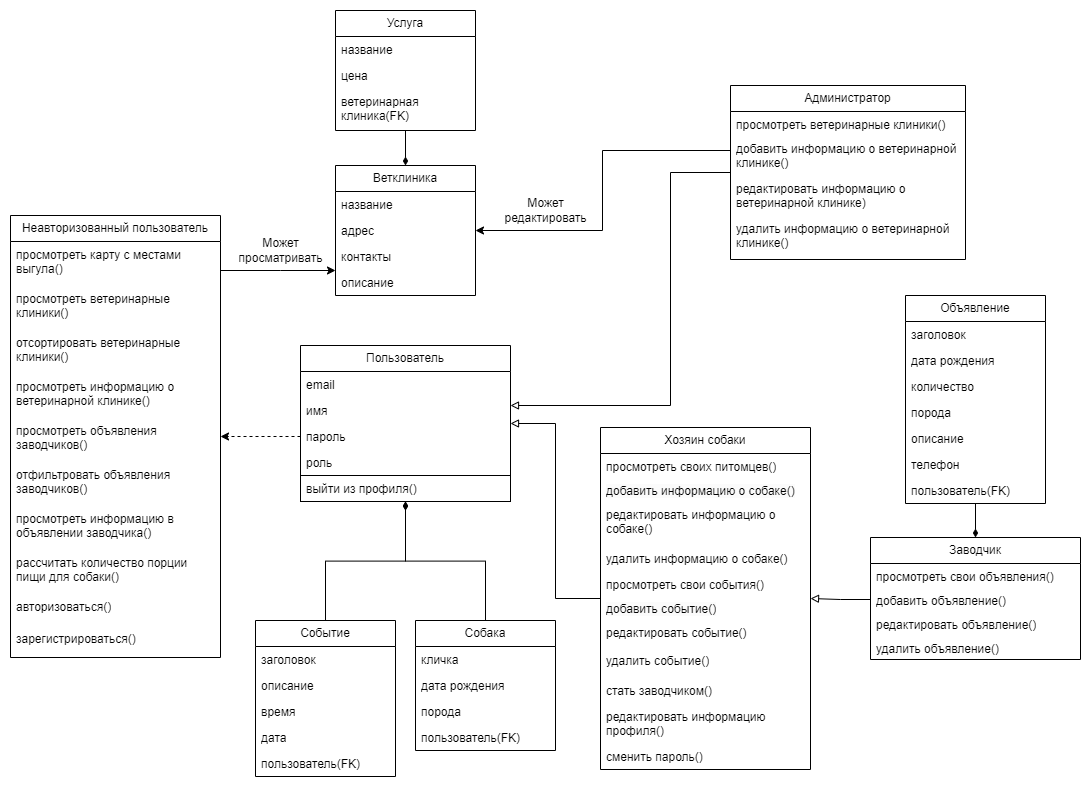
This is Documentation/Diagrams/Диаграмма классов (Class diagram)/Диаграмма классов (Class diagram).drawio.png from polyafedosova/TP-5.2-5, a draw.io export, as it was before one commit. Source tidied: cells renumbered, new cells last; positions are measured from the earlier drawing's top-left corner, leaving out a move shared by most shapes.
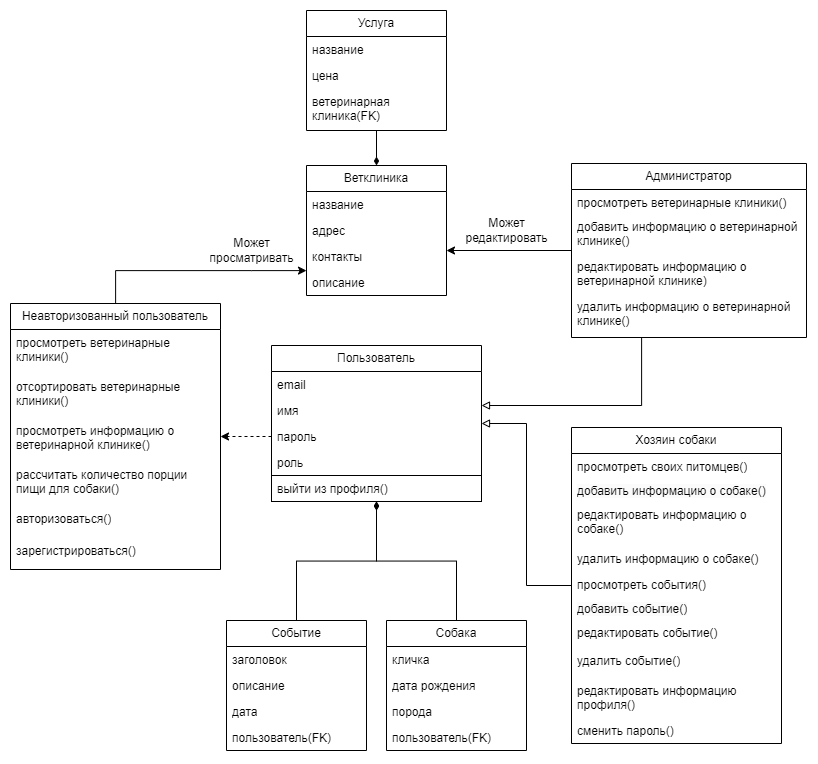
Above is the later version.

What changed in the source:
```diff
@@ -32,38 +32,11 @@
     <mxCell id="11" value="ветеринарная клиника(FK)" style="text;strokeColor=none;fillColor=none;align=left;verticalAlign=top;spacingLeft=4;spacingRight=4;overflow=hidden;whiteSpace=wrap;html=1;" parent="8" vertex="1">
       <mxGeometry y="78" width="140" height="42" as="geometry" />
     </mxCell>
-    <mxCell id="12" style="edgeStyle=orthogonalEdgeStyle;rounded=0;jettySize=auto;html=1;endArrow=diamondThin;endFill=1;" parent="1" edge="1" source="13" target="34">
-      <mxGeometry relative="1" as="geometry" />
-    </mxCell>
-    <mxCell id="13" value="Объявление" style="swimlane;fontStyle=0;horizontal=1;startSize=26;fillColor=none;whiteSpace=wrap;html=1;" parent="1" vertex="1">
-      <mxGeometry x="895" y="285" width="140" height="208" as="geometry" />
-    </mxCell>
-    <mxCell id="14" value="заголовок" style="text;strokeColor=none;fillColor=none;align=left;verticalAlign=top;spacingLeft=4;spacingRight=4;overflow=hidden;whiteSpace=wrap;html=1;" parent="13" vertex="1">
-      <mxGeometry y="26" width="140" height="26" as="geometry" />
-    </mxCell>
-    <mxCell id="15" value="дата рождения" style="text;strokeColor=none;fillColor=none;align=left;verticalAlign=top;spacingLeft=4;spacingRight=4;overflow=hidden;whiteSpace=wrap;html=1;" parent="13" vertex="1">
-      <mxGeometry y="52" width="140" height="26" as="geometry" />
-    </mxCell>
-    <mxCell id="16" value="количество" style="text;strokeColor=none;fillColor=none;align=left;verticalAlign=top;spacingLeft=4;spacingRight=4;overflow=hidden;whiteSpace=wrap;html=1;" parent="13" vertex="1">
-      <mxGeometry y="78" width="140" height="26" as="geometry" />
-    </mxCell>
-    <mxCell id="17" value="порода" style="text;strokeColor=none;fillColor=none;align=left;verticalAlign=top;spacingLeft=4;spacingRight=4;overflow=hidden;whiteSpace=wrap;html=1;" parent="13" vertex="1">
-      <mxGeometry y="104" width="140" height="26" as="geometry" />
-    </mxCell>
-    <mxCell id="18" value="описание" style="text;strokeColor=none;fillColor=none;align=left;verticalAlign=top;spacingLeft=4;spacingRight=4;overflow=hidden;whiteSpace=wrap;html=1;" parent="13" vertex="1">
-      <mxGeometry y="130" width="140" height="26" as="geometry" />
-    </mxCell>
-    <mxCell id="19" value="телефон" style="text;strokeColor=none;fillColor=none;align=left;verticalAlign=top;spacingLeft=4;spacingRight=4;overflow=hidden;whiteSpace=wrap;html=1;" parent="13" vertex="1">
-      <mxGeometry y="156" width="140" height="26" as="geometry" />
-    </mxCell>
-    <mxCell id="20" value="пользователь(FK)" style="text;strokeColor=none;fillColor=none;align=left;verticalAlign=top;spacingLeft=4;spacingRight=4;overflow=hidden;whiteSpace=wrap;html=1;" parent="13" vertex="1">
-      <mxGeometry y="182" width="140" height="26" as="geometry" />
-    </mxCell>
     <mxCell id="21" style="edgeStyle=orthogonalEdgeStyle;rounded=0;jettySize=auto;html=1;endArrow=diamondThin;endFill=1;" parent="1" edge="1" source="22" target="28">
       <mxGeometry relative="1" as="geometry" />
     </mxCell>
     <mxCell id="22" value="Событие" style="swimlane;fontStyle=0;horizontal=1;startSize=26;fillColor=none;whiteSpace=wrap;html=1;" parent="1" vertex="1">
-      <mxGeometry x="245" y="610" width="140" height="156" as="geometry" />
+      <mxGeometry x="245" y="610" width="140" height="130" as="geometry" />
     </mxCell>
     <mxCell id="23" value="заголовок" style="text;strokeColor=none;fillColor=none;align=left;verticalAlign=top;spacingLeft=4;spacingRight=4;overflow=hidden;whiteSpace=wrap;html=1;" parent="22" vertex="1">
       <mxGeometry y="26" width="140" height="26" as="geometry" />
@@ -71,14 +44,11 @@
     <mxCell id="24" value="описание" style="text;strokeColor=none;fillColor=none;align=left;verticalAlign=top;spacingLeft=4;spacingRight=4;overflow=hidden;whiteSpace=wrap;html=1;" parent="22" vertex="1">
       <mxGeometry y="52" width="140" height="26" as="geometry" />
     </mxCell>
-    <mxCell id="25" value="время" style="text;strokeColor=none;fillColor=none;align=left;verticalAlign=top;spacingLeft=4;spacingRight=4;overflow=hidden;whiteSpace=wrap;html=1;" parent="22" vertex="1">
-      <mxGeometry y="78" width="140" height="26" as="geometry" />
-    </mxCell>
     <mxCell id="26" value="дата" style="text;strokeColor=none;fillColor=none;align=left;verticalAlign=top;spacingLeft=4;spacingRight=4;overflow=hidden;whiteSpace=wrap;html=1;" parent="22" vertex="1">
-      <mxGeometry y="104" width="140" height="26" as="geometry" />
+      <mxGeometry y="78" width="140" height="26" as="geometry" />
     </mxCell>
     <mxCell id="27" value="пользователь(FK)" style="text;strokeColor=none;fillColor=none;align=left;verticalAlign=top;spacingLeft=4;spacingRight=4;overflow=hidden;whiteSpace=wrap;html=1;" parent="22" vertex="1">
-      <mxGeometry y="130" width="140" height="26" as="geometry" />
+      <mxGeometry y="104" width="140" height="26" as="geometry" />
     </mxCell>
     <mxCell id="28" value="Пользователь" style="swimlane;fontStyle=0;horizontal=1;startSize=26;fillColor=none;whiteSpace=wrap;html=1;" parent="1" vertex="1">
       <mxGeometry x="290" y="335" width="210" height="156" as="geometry" />
@@ -98,21 +68,6 @@
     <mxCell id="33" value="выйти из профиля()" style="text;strokeColor=default;fillColor=none;align=left;verticalAlign=top;spacingLeft=4;spacingRight=4;overflow=hidden;whiteSpace=wrap;html=1;perimeterSpacing=0;" parent="28" vertex="1">
       <mxGeometry y="130" width="210" height="26" as="geometry" />
     </mxCell>
-    <mxCell id="34" value="Заводчик" style="swimlane;fontStyle=0;horizontal=1;startSize=26;fillColor=none;whiteSpace=wrap;html=1;" parent="1" vertex="1">
-      <mxGeometry x="860" y="527" width="210" height="122" as="geometry" />
-    </mxCell>
-    <mxCell id="35" value="просмотреть свои объявления()" style="text;strokeColor=none;fillColor=none;align=left;verticalAlign=top;spacingLeft=4;spacingRight=4;overflow=hidden;whiteSpace=wrap;html=1;perimeterSpacing=0;" parent="34" vertex="1">
-      <mxGeometry y="26" width="210" height="24" as="geometry" />
-    </mxCell>
-    <mxCell id="36" value="добавить объявление()" style="text;strokeColor=none;fillColor=none;align=left;verticalAlign=top;spacingLeft=4;spacingRight=4;overflow=hidden;points=[[0,0.5],[1,0.5]];portConstraint=eastwest;whiteSpace=wrap;html=1;perimeterSpacing=0;" parent="34" vertex="1">
-      <mxGeometry y="50" width="210" height="24" as="geometry" />
-    </mxCell>
-    <mxCell id="37" value="редактировать объявление()" style="text;strokeColor=none;fillColor=none;align=left;verticalAlign=top;spacingLeft=4;spacingRight=4;overflow=hidden;whiteSpace=wrap;html=1;perimeterSpacing=0;" parent="34" vertex="1">
-      <mxGeometry y="74" width="210" height="24" as="geometry" />
-    </mxCell>
-    <mxCell id="38" value="удалить&amp;nbsp;объявление()" style="text;strokeColor=none;fillColor=none;align=left;verticalAlign=top;spacingLeft=4;spacingRight=4;overflow=hidden;whiteSpace=wrap;html=1;perimeterSpacing=0;" parent="34" vertex="1">
-      <mxGeometry y="98" width="210" height="24" as="geometry" />
-    </mxCell>
     <mxCell id="39" style="edgeStyle=orthogonalEdgeStyle;rounded=0;jettySize=auto;html=1;" parent="1" edge="1" source="40" target="2">
       <mxGeometry relative="1" as="geometry">
         <Array as="points">
@@ -122,37 +77,25 @@
       </mxGeometry>
     </mxCell>
     <mxCell id="40" value="Неавторизованный пользователь" style="swimlane;fontStyle=0;horizontal=1;startSize=26;fillColor=none;whiteSpace=wrap;html=1;" parent="1" vertex="1">
-      <mxGeometry y="205" width="210" height="442" as="geometry" />
+      <mxGeometry x="29" y="293" width="210" height="266" as="geometry" />
     </mxCell>
-    <mxCell id="41" value="просмотреть карту с местами выгула()" style="text;strokeColor=none;fillColor=none;align=left;verticalAlign=top;spacingLeft=4;spacingRight=4;overflow=hidden;whiteSpace=wrap;html=1;perimeterSpacing=0;" parent="40" vertex="1">
-      <mxGeometry y="26" width="210" height="44" as="geometry" />
-    </mxCell>
     <mxCell id="42" value="просмотреть ветеринарные клиники()" style="text;strokeColor=none;fillColor=none;align=left;verticalAlign=top;spacingLeft=4;spacingRight=4;overflow=hidden;whiteSpace=wrap;html=1;perimeterSpacing=0;" parent="40" vertex="1">
-      <mxGeometry y="70" width="210" height="44" as="geometry" />
+      <mxGeometry y="26" width="210" height="44" as="geometry" />
     </mxCell>
     <mxCell id="43" value="отсортировать ветеринарные клиники()" style="text;strokeColor=none;fillColor=none;align=left;verticalAlign=top;spacingLeft=4;spacingRight=4;overflow=hidden;whiteSpace=wrap;html=1;perimeterSpacing=0;" parent="40" vertex="1">
-      <mxGeometry y="114" width="210" height="44" as="geometry" />
+      <mxGeometry y="70" width="210" height="44" as="geometry" />
     </mxCell>
     <mxCell id="44" value="просмотреть информацию о ветеринарной клинике()" style="text;strokeColor=none;fillColor=none;align=left;verticalAlign=top;spacingLeft=4;spacingRight=4;overflow=hidden;whiteSpace=wrap;html=1;perimeterSpacing=0;" parent="40" vertex="1">
-      <mxGeometry y="158" width="210" height="44" as="geometry" />
+      <mxGeometry y="114" width="210" height="44" as="geometry" />
     </mxCell>
-    <mxCell id="45" value="просмотреть объявления заводчиков()" style="text;strokeColor=none;fillColor=none;align=left;verticalAlign=top;spacingLeft=4;spacingRight=4;overflow=hidden;whiteSpace=wrap;html=1;perimeterSpacing=0;" parent="40" vertex="1">
-      <mxGeometry y="202" width="210" height="44" as="geometry" />
-    </mxCell>
-    <mxCell id="46" value="отфильтровать объявления заводчиков()" style="text;strokeColor=none;fillColor=none;align=left;verticalAlign=top;spacingLeft=4;spacingRight=4;overflow=hidden;whiteSpace=wrap;html=1;perimeterSpacing=0;" parent="40" vertex="1">
-      <mxGeometry y="246" width="210" height="44" as="geometry" />
-    </mxCell>
-    <mxCell id="47" value="просмотреть информацию в объявлении заводчика()" style="text;strokeColor=none;fillColor=none;align=left;verticalAlign=top;spacingLeft=4;spacingRight=4;overflow=hidden;whiteSpace=wrap;html=1;perimeterSpacing=0;" parent="40" vertex="1">
-      <mxGeometry y="290" width="210" height="44" as="geometry" />
-    </mxCell>
     <mxCell id="48" value="рассчитать количество порции пищи для собаки()" style="text;strokeColor=none;fillColor=none;align=left;verticalAlign=top;spacingLeft=4;spacingRight=4;overflow=hidden;whiteSpace=wrap;html=1;perimeterSpacing=0;" parent="40" vertex="1">
-      <mxGeometry y="334" width="210" height="44" as="geometry" />
+      <mxGeometry y="158" width="210" height="44" as="geometry" />
     </mxCell>
     <mxCell id="49" value="авторизоваться()" style="text;strokeColor=none;fillColor=none;align=left;verticalAlign=top;spacingLeft=4;spacingRight=4;overflow=hidden;whiteSpace=wrap;html=1;perimeterSpacing=0;" parent="40" vertex="1">
-      <mxGeometry y="378" width="210" height="32" as="geometry" />
+      <mxGeometry y="202" width="210" height="32" as="geometry" />
     </mxCell>
     <mxCell id="50" value="зарегистрироваться()" style="text;strokeColor=none;fillColor=none;align=left;verticalAlign=top;spacingLeft=4;spacingRight=4;overflow=hidden;whiteSpace=wrap;html=1;perimeterSpacing=0;" parent="40" vertex="1">
-      <mxGeometry y="410" width="210" height="32" as="geometry" />
+      <mxGeometry y="234" width="210" height="32" as="geometry" />
     </mxCell>
     <mxCell id="51" style="edgeStyle=orthogonalEdgeStyle;rounded=0;jettySize=auto;html=1;endArrow=block;endFill=0;" parent="1" edge="1" source="53" target="28">
       <mxGeometry relative="1" as="geometry">
@@ -165,13 +108,12 @@
     <mxCell id="52" style="edgeStyle=orthogonalEdgeStyle;rounded=0;jettySize=auto;html=1;" parent="1" edge="1" source="53" target="2">
       <mxGeometry relative="1" as="geometry">
         <Array as="points">
-          <mxPoint x="592" y="140" />
           <mxPoint x="592" y="220" />
         </Array>
       </mxGeometry>
     </mxCell>
     <mxCell id="53" value="Администратор" style="swimlane;fontStyle=0;horizontal=1;startSize=26;fillColor=none;whiteSpace=wrap;html=1;" parent="1" vertex="1">
-      <mxGeometry x="720" y="75" width="235" height="174" as="geometry" />
+      <mxGeometry x="590" y="153" width="235" height="174" as="geometry" />
     </mxCell>
     <mxCell id="54" value="просмотреть ветеринарные клиники()" style="text;strokeColor=none;fillColor=none;align=left;verticalAlign=top;spacingLeft=4;spacingRight=4;overflow=hidden;whiteSpace=wrap;html=1;perimeterSpacing=0;" parent="53" vertex="1">
       <mxGeometry y="26" width="235" height="24" as="geometry" />
@@ -189,7 +131,7 @@
       <mxGeometry relative="1" as="geometry" />
     </mxCell>
     <mxCell id="59" value="Хозяин собаки" style="swimlane;fontStyle=0;horizontal=1;startSize=26;fillColor=none;whiteSpace=wrap;html=1;" parent="1" vertex="1">
-      <mxGeometry x="590" y="417" width="210" height="342" as="geometry" />
+      <mxGeometry x="590" y="417" width="210" height="316" as="geometry" />
     </mxCell>
     <mxCell id="60" value="просмотреть своих питомцев()" style="text;strokeColor=none;fillColor=none;align=left;verticalAlign=top;spacingLeft=4;spacingRight=4;overflow=hidden;whiteSpace=wrap;html=1;perimeterSpacing=0;" parent="59" vertex="1">
       <mxGeometry y="26" width="210" height="24" as="geometry" />
@@ -203,7 +145,7 @@
     <mxCell id="63" value="удалить информацию о собаке()" style="text;strokeColor=none;fillColor=none;align=left;verticalAlign=top;spacingLeft=4;spacingRight=4;overflow=hidden;whiteSpace=wrap;html=1;perimeterSpacing=0;" parent="59" vertex="1">
       <mxGeometry y="118" width="210" height="26" as="geometry" />
     </mxCell>
-    <mxCell id="64" value="просмотреть свои события()" style="text;strokeColor=none;fillColor=none;align=left;verticalAlign=top;spacingLeft=4;spacingRight=4;overflow=hidden;whiteSpace=wrap;html=1;perimeterSpacing=0;" parent="59" vertex="1">
+    <mxCell id="64" value="просмотреть события()" style="text;strokeColor=none;fillColor=none;align=left;verticalAlign=top;spacingLeft=4;spacingRight=4;overflow=hidden;whiteSpace=wrap;html=1;perimeterSpacing=0;" parent="59" vertex="1">
       <mxGeometry y="144" width="210" height="24" as="geometry" />
     </mxCell>
     <mxCell id="65" value="&lt;span style=&quot;color: rgb(0, 0, 0); font-family: Helvetica; font-size: 12px; font-style: normal; font-variant-ligatures: normal; font-variant-caps: normal; font-weight: 400; letter-spacing: normal; orphans: 2; text-align: left; text-indent: 0px; text-transform: none; widows: 2; word-spacing: 0px; -webkit-text-stroke-width: 0px; background-color: rgb(251, 251, 251); text-decoration-thickness: initial; text-decoration-style: initial; text-decoration-color: initial; float: none; display: inline !important;&quot;&gt;добавить событие()&lt;/span&gt;" style="text;strokeColor=none;fillColor=none;align=left;verticalAlign=top;spacingLeft=4;spacingRight=4;overflow=hidden;whiteSpace=wrap;html=1;perimeterSpacing=0;" parent="59" vertex="1">
@@ -215,14 +157,11 @@
     <mxCell id="67" value="удалить событие()" style="text;strokeColor=none;fillColor=none;align=left;verticalAlign=top;spacingLeft=4;spacingRight=4;overflow=hidden;whiteSpace=wrap;html=1;perimeterSpacing=0;" parent="59" vertex="1">
       <mxGeometry y="220" width="210" height="30" as="geometry" />
     </mxCell>
-    <mxCell id="68" value="стать заводчиком()" style="text;strokeColor=none;fillColor=none;align=left;verticalAlign=top;spacingLeft=4;spacingRight=4;overflow=hidden;whiteSpace=wrap;html=1;perimeterSpacing=0;" parent="59" vertex="1">
-      <mxGeometry y="250" width="210" height="26" as="geometry" />
-    </mxCell>
     <mxCell id="69" value="редактировать информацию профиля()" style="text;strokeColor=none;fillColor=none;align=left;verticalAlign=top;spacingLeft=4;spacingRight=4;overflow=hidden;whiteSpace=wrap;html=1;perimeterSpacing=0;" parent="59" vertex="1">
-      <mxGeometry y="276" width="210" height="40" as="geometry" />
+      <mxGeometry y="250" width="210" height="40" as="geometry" />
     </mxCell>
     <mxCell id="70" value="сменить пароль()" style="text;strokeColor=none;fillColor=none;align=left;verticalAlign=top;spacingLeft=4;spacingRight=4;overflow=hidden;whiteSpace=wrap;html=1;perimeterSpacing=0;" parent="59" vertex="1">
-      <mxGeometry y="316" width="210" height="26" as="geometry" />
+      <mxGeometry y="290" width="210" height="26" as="geometry" />
     </mxCell>
     <mxCell id="71" value="Собака" style="swimlane;fontStyle=0;horizontal=1;startSize=26;fillColor=none;whiteSpace=wrap;html=1;" parent="1" vertex="1">
       <mxGeometry x="405" y="610" width="140" height="130" as="geometry" />
@@ -239,9 +178,6 @@
     <mxCell id="75" value="пользователь(FK)" style="text;strokeColor=none;fillColor=none;align=left;verticalAlign=top;spacingLeft=4;spacingRight=4;overflow=hidden;whiteSpace=wrap;html=1;" parent="71" vertex="1">
       <mxGeometry y="104" width="140" height="26" as="geometry" />
     </mxCell>
-    <mxCell id="76" style="edgeStyle=orthogonalEdgeStyle;rounded=0;jettySize=auto;html=1;endArrow=block;endFill=0;" parent="1" edge="1" source="36" target="59">
-      <mxGeometry relative="1" as="geometry" />
-    </mxCell>
     <mxCell id="77" style="edgeStyle=orthogonalEdgeStyle;rounded=0;jettySize=auto;html=1;dashed=1;" parent="1" edge="1" source="31" target="40">
       <mxGeometry relative="1" as="geometry" />
     </mxCell>
@@ -252,7 +188,7 @@
       <mxGeometry x="215" y="220" width="110" height="40" as="geometry" />
     </mxCell>
     <mxCell id="80" value="Может&lt;br&gt;редактировать" style="text;html=1;align=center;verticalAlign=middle;strokeColor=none;fillColor=none;" parent="1" vertex="1">
-      <mxGeometry x="480" y="180" width="110" height="40" as="geometry" />
+      <mxGeometry x="470" y="200" width="110" height="40" as="geometry" />
     </mxCell>
   </root>
 </mxGraphModel>
```
